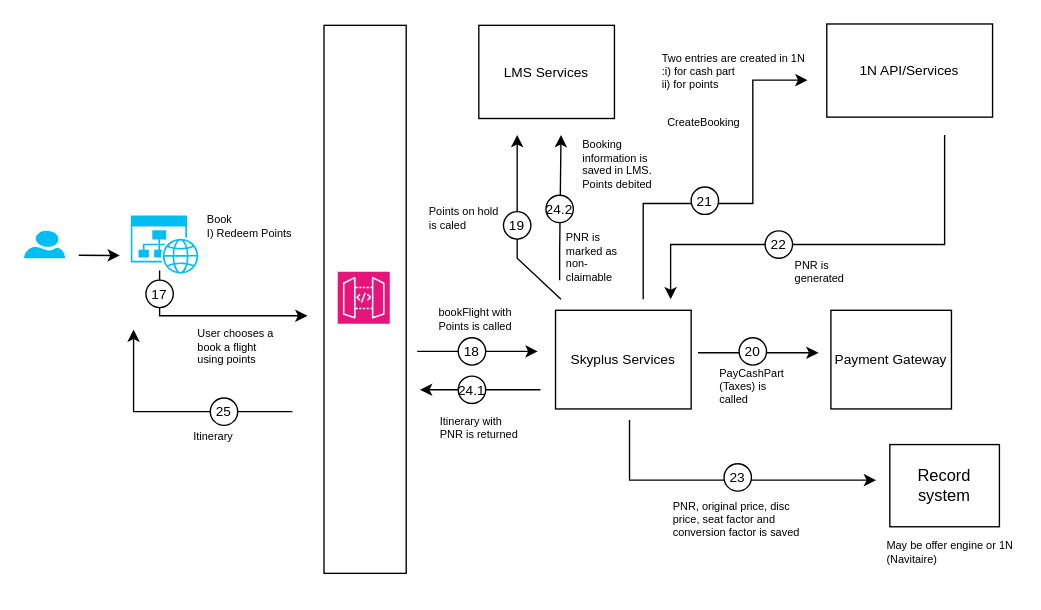
This is page "Book" (2 of 2) of Redeem_Points_Flow.drawio from nchauhan4/drawings, a draw.io file, before an edit. Source tidied: cells renumbered, new cells numbered last; positions are measured from the earlier drawing's top-left corner, leaving out a move shared by most shapes. Both pictures are drawn from the tidied source at 137%, with x=0, y=0 at pixel (23, 23).
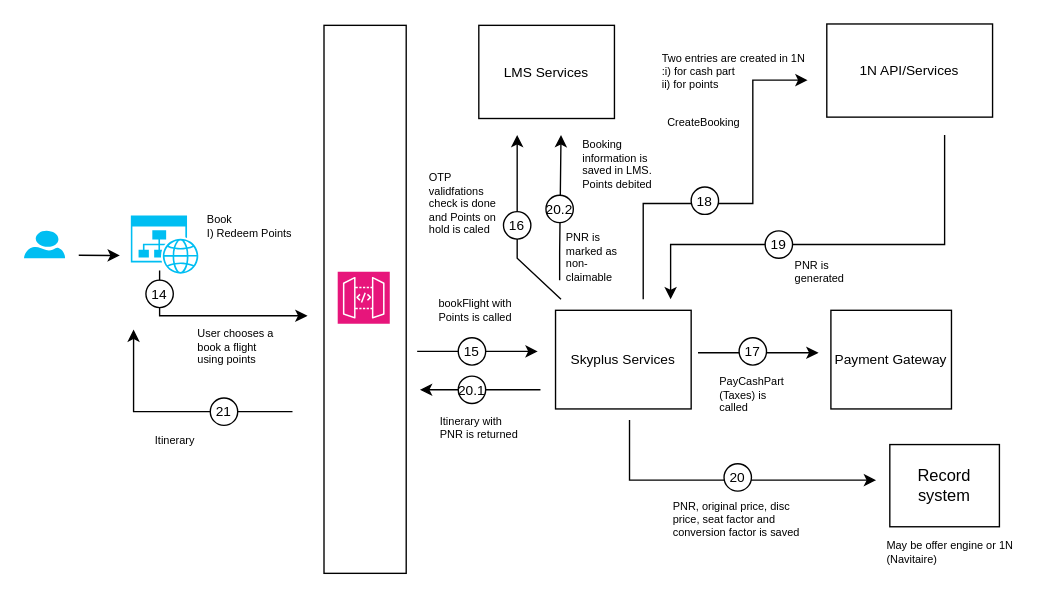
The same diagram, later.

The edit, as a diff of the source:
```diff
@@
-    <mxCell id="10" value="&lt;font style=&quot;font-size: 10px;&quot;&gt;17&lt;/font&gt;" style="text;html=1;strokeColor=none;fillColor=none;align=center;verticalAlign=middle;whiteSpace=wrap;rounded=0;" parent="1" vertex="1">
+    <mxCell id="10" value="&lt;font style=&quot;font-size: 10px;&quot;&gt;14&lt;/font&gt;" style="text;html=1;strokeColor=none;fillColor=none;align=center;verticalAlign=middle;whiteSpace=wrap;rounded=0;" parent="1" vertex="1">
       <mxGeometry x="84" y="187" width="30" height="20" as="geometry" />
     </mxCell>
@@
-    <mxCell id="18" value="&lt;span style=&quot;font-size: 10px;&quot;&gt;20&lt;/span&gt;" style="text;html=1;strokeColor=none;fillColor=none;align=center;verticalAlign=middle;whiteSpace=wrap;rounded=0;" parent="1" vertex="1">
+    <mxCell id="18" value="&lt;span style=&quot;font-size: 10px;&quot;&gt;17&lt;/span&gt;" style="text;html=1;strokeColor=none;fillColor=none;align=center;verticalAlign=middle;whiteSpace=wrap;rounded=0;" parent="1" vertex="1">
       <mxGeometry x="517" y="229" width="30" height="20" as="geometry" />
     </mxCell>
@@
-    <mxCell id="21" value="&lt;font style=&quot;font-size: 10px;&quot;&gt;18&lt;/font&gt;" style="text;html=1;strokeColor=none;fillColor=none;align=center;verticalAlign=middle;whiteSpace=wrap;rounded=0;" parent="1" vertex="1">
+    <mxCell id="21" value="&lt;font style=&quot;font-size: 10px;&quot;&gt;15&lt;/font&gt;" style="text;html=1;strokeColor=none;fillColor=none;align=center;verticalAlign=middle;whiteSpace=wrap;rounded=0;" parent="1" vertex="1">
       <mxGeometry x="312" y="229" width="30" height="20" as="geometry" />
     </mxCell>
     <mxCell id="22" value="bookFlight with Points is called" style="text;html=1;strokeColor=none;fillColor=none;align=left;verticalAlign=top;whiteSpace=wrap;rounded=0;fontSize=8;" parent="1" vertex="1">
-      <mxGeometry x="300.8" y="200" width="58.5" height="33" as="geometry" />
+      <mxGeometry x="300.8" y="193" width="58.5" height="33" as="geometry" />
     </mxCell>
     <mxCell id="23" value="PayCashPart (Taxes) is called" style="text;html=1;strokeColor=none;fillColor=none;align=left;verticalAlign=top;whiteSpace=wrap;rounded=0;fontSize=8;" parent="1" vertex="1">
-      <mxGeometry x="505.8" y="244" width="58.5" height="33" as="geometry" />
+      <mxGeometry x="505.8" y="250" width="58.5" height="33" as="geometry" />
     </mxCell>
@@
-    <mxCell id="26" value="&lt;font style=&quot;font-size: 10px;&quot;&gt;23&lt;/font&gt;" style="text;html=1;strokeColor=none;fillColor=none;align=center;verticalAlign=middle;whiteSpace=wrap;rounded=0;" parent="1" vertex="1">
+    <mxCell id="26" value="&lt;font style=&quot;font-size: 10px;&quot;&gt;20&lt;/font&gt;" style="text;html=1;strokeColor=none;fillColor=none;align=center;verticalAlign=middle;whiteSpace=wrap;rounded=0;" parent="1" vertex="1">
       <mxGeometry x="506" y="321" width="30" height="20" as="geometry" />
     </mxCell>
@@
-    <mxCell id="30" value="&lt;font style=&quot;font-size: 10px;&quot;&gt;24.1&lt;/font&gt;" style="text;html=1;strokeColor=none;fillColor=none;align=center;verticalAlign=middle;whiteSpace=wrap;rounded=0;" parent="1" vertex="1">
+    <mxCell id="30" value="&lt;font style=&quot;font-size: 10px;&quot;&gt;20.1&lt;/font&gt;" style="text;html=1;strokeColor=none;fillColor=none;align=center;verticalAlign=middle;whiteSpace=wrap;rounded=0;" parent="1" vertex="1">
       <mxGeometry x="312" y="257" width="30" height="20" as="geometry" />
     </mxCell>
@@
-    <mxCell id="34" value="&lt;font style=&quot;font-size: 10px;&quot;&gt;25&lt;/font&gt;" style="text;html=1;strokeColor=none;fillColor=none;align=center;verticalAlign=middle;whiteSpace=wrap;rounded=0;" parent="1" vertex="1">
+    <mxCell id="34" value="&lt;font style=&quot;font-size: 10px;&quot;&gt;21&lt;/font&gt;" style="text;html=1;strokeColor=none;fillColor=none;align=center;verticalAlign=middle;whiteSpace=wrap;rounded=0;" parent="1" vertex="1">
       <mxGeometry x="131" y="273" width="30" height="20" as="geometry" />
     </mxCell>
     <mxCell id="35" value="Itinerary" style="text;html=1;strokeColor=none;fillColor=none;align=left;verticalAlign=top;whiteSpace=wrap;rounded=0;fontSize=8;" parent="1" vertex="1">
-      <mxGeometry x="121.8" y="290" width="58.5" height="33" as="geometry" />
+      <mxGeometry x="94" y="293" width="34" height="33" as="geometry" />
     </mxCell>
@@
-    <mxCell id="38" value="&lt;font style=&quot;font-size: 10px;&quot;&gt;21&lt;/font&gt;" style="text;html=1;strokeColor=none;fillColor=none;align=center;verticalAlign=middle;whiteSpace=wrap;rounded=0;" parent="1" vertex="1">
+    <mxCell id="38" value="&lt;font style=&quot;font-size: 10px;&quot;&gt;18&lt;/font&gt;" style="text;html=1;strokeColor=none;fillColor=none;align=center;verticalAlign=middle;whiteSpace=wrap;rounded=0;" parent="1" vertex="1">
       <mxGeometry x="482" y="119" width="30" height="20" as="geometry" />
     </mxCell>
@@
-    <mxCell id="42" value="&lt;font style=&quot;font-size: 10px;&quot;&gt;22&lt;/font&gt;" style="text;html=1;strokeColor=none;fillColor=none;align=center;verticalAlign=middle;whiteSpace=wrap;rounded=0;" parent="1" vertex="1">
+    <mxCell id="42" value="&lt;font style=&quot;font-size: 10px;&quot;&gt;19&lt;/font&gt;" style="text;html=1;strokeColor=none;fillColor=none;align=center;verticalAlign=middle;whiteSpace=wrap;rounded=0;" parent="1" vertex="1">
       <mxGeometry x="536" y="151" width="30" height="20" as="geometry" />
     </mxCell>
@@
-    <mxCell id="50" value="&lt;font style=&quot;font-size: 10px;&quot;&gt;24.2&lt;/font&gt;" style="text;html=1;strokeColor=none;fillColor=none;align=center;verticalAlign=middle;whiteSpace=wrap;rounded=0;" parent="1" vertex="1">
+    <mxCell id="50" value="&lt;font style=&quot;font-size: 10px;&quot;&gt;20.2&lt;/font&gt;" style="text;html=1;strokeColor=none;fillColor=none;align=center;verticalAlign=middle;whiteSpace=wrap;rounded=0;" parent="1" vertex="1">
       <mxGeometry x="376" y="125" width="30" height="20" as="geometry" />
     </mxCell>
@@
-    <mxCell id="52" value="&lt;font style=&quot;font-size: 10px;&quot;&gt;19&lt;/font&gt;" style="text;html=1;strokeColor=none;fillColor=none;align=center;verticalAlign=middle;whiteSpace=wrap;rounded=0;" parent="1" vertex="1">
+    <mxCell id="52" value="&lt;font style=&quot;font-size: 10px;&quot;&gt;16&lt;/font&gt;" style="text;html=1;strokeColor=none;fillColor=none;align=center;verticalAlign=middle;whiteSpace=wrap;rounded=0;" parent="1" vertex="1">
       <mxGeometry x="345" y="137" width="30" height="20" as="geometry" />
     </mxCell>
-    <mxCell id="53" value="Points on hold is caled" style="text;html=1;strokeColor=none;fillColor=none;align=left;verticalAlign=top;whiteSpace=wrap;rounded=0;fontSize=8;" parent="1" vertex="1">
-      <mxGeometry x="293.8" y="126" width="58.5" height="33" as="geometry" />
+    <mxCell id="53" value="OTP validfations check is done and Points on hold is caled" style="text;html=1;strokeColor=none;fillColor=none;align=left;verticalAlign=top;whiteSpace=wrap;rounded=0;fontSize=8;" parent="1" vertex="1">
+      <mxGeometry x="293.8" y="101" width="58.5" height="58" as="geometry" />
     </mxCell>
```
